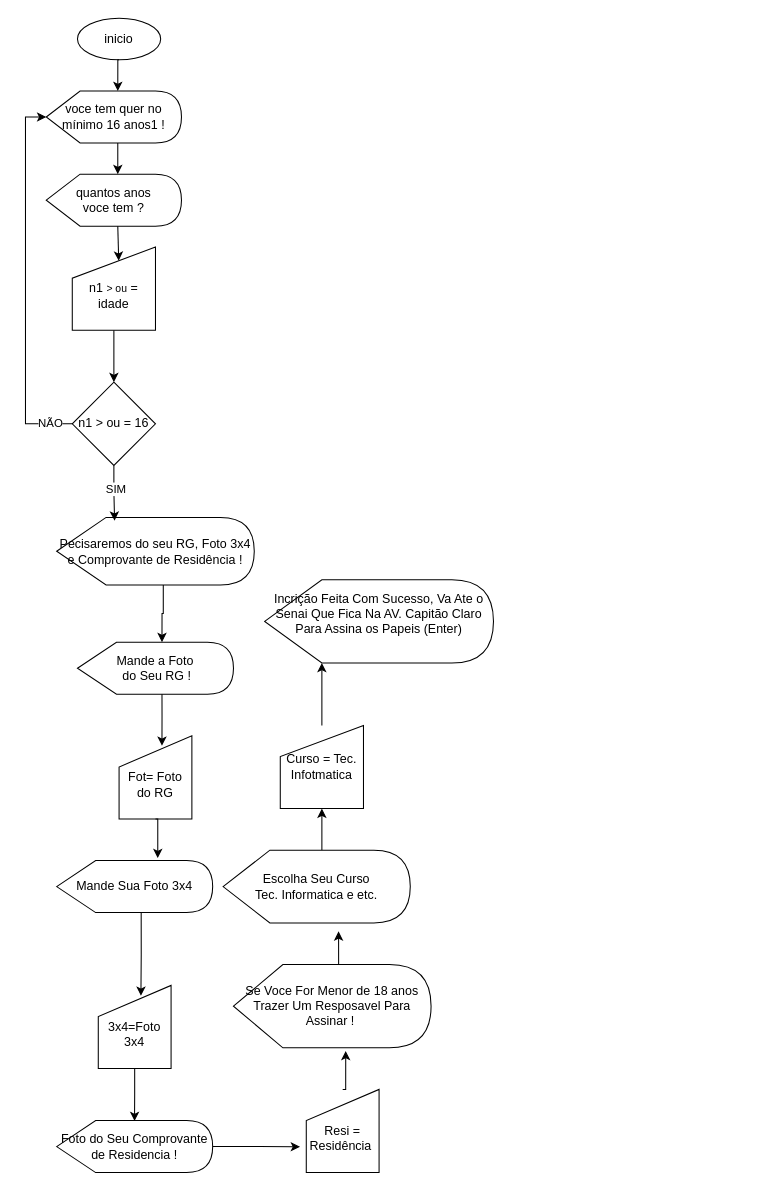
Lucas086Aguiar/fluxograma keeps this draw.io diagram as Prova01.drawio. Above is the earlier version. Source tidied: cells renumbered, new cells numbered last; positions are measured from the earlier drawing's top-left corner, leaving out a move shared by most shapes. Both pictures are drawn from the tidied source at 104%, with x=0, y=0 at pixel (46, 18).
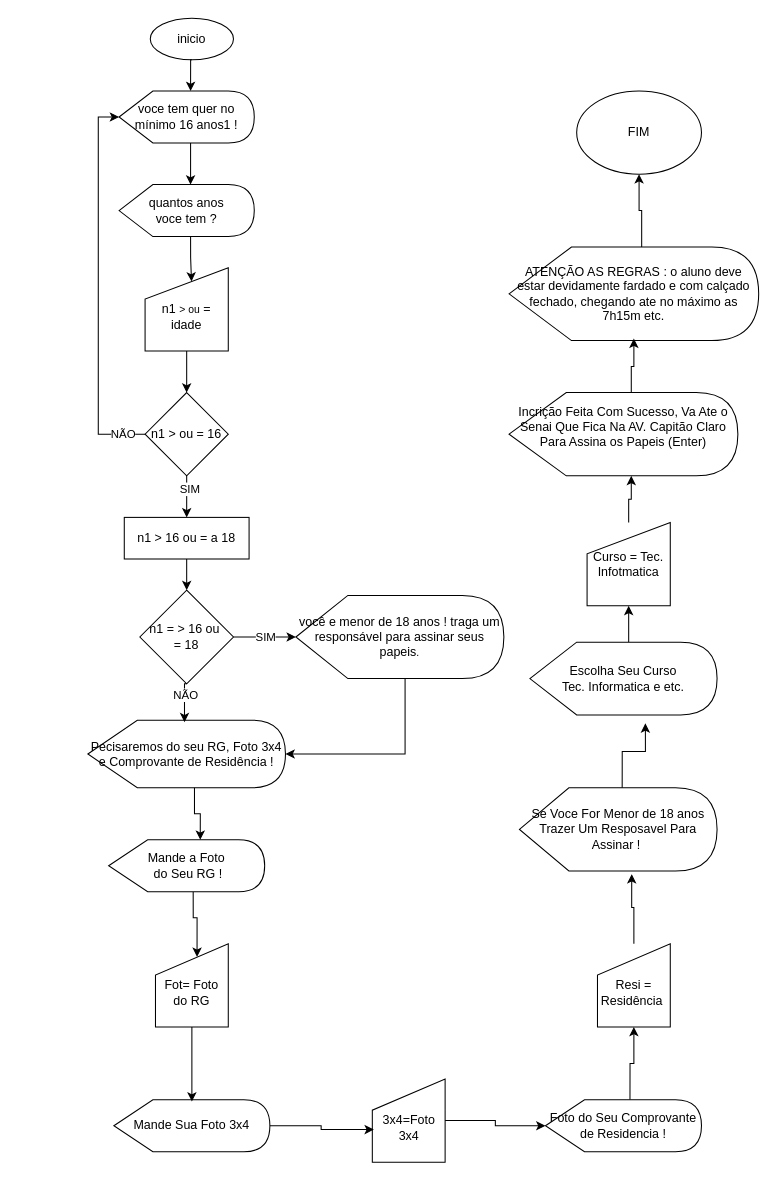
The same page after the edit.

The edit, as a diff of the source:
```diff
@@
     <mxCell id="2" value="inicio" style="ellipse;whiteSpace=wrap;html=1;" parent="1" vertex="1">
-      <mxGeometry x="30" width="80" height="40" as="geometry" />
+      <mxGeometry x="100" width="80" height="40" as="geometry" />
     </mxCell>
     <mxCell id="3" value="voce tem quer no mínimo 16 anos1 !" style="shape=display;whiteSpace=wrap;html=1;" parent="1" vertex="1">
-      <mxGeometry y="70" width="130" height="50" as="geometry" />
+      <mxGeometry x="70" y="70" width="130" height="50" as="geometry" />
     </mxCell>
     <mxCell id="4" value="quantos anos &lt;br&gt;voce tem ?" style="shape=display;whiteSpace=wrap;html=1;" parent="1" vertex="1">
-      <mxGeometry y="150" width="130" height="50" as="geometry" />
+      <mxGeometry x="70" y="160" width="130" height="50" as="geometry" />
     </mxCell>
@@
     <mxCell id="6" value="&lt;br&gt;&lt;font style=&quot;&quot;&gt;n1 &lt;span style=&quot;font-size: 10px;&quot;&gt;&amp;gt; ou&lt;/span&gt;&amp;nbsp;= idade&lt;/font&gt;" style="shape=manualInput;whiteSpace=wrap;html=1;" parent="1" vertex="1">
-      <mxGeometry x="25" y="220" width="80" height="80" as="geometry" />
+      <mxGeometry x="95" y="240" width="80" height="80" as="geometry" />
     </mxCell>
+    <mxCell id="36" style="edgeStyle=orthogonalEdgeStyle;rounded=0;jettySize=auto;html=1;exitX=0.5;exitY=1;exitDx=0;exitDy=0;entryX=0.5;entryY=0;entryDx=0;entryDy=0;" parent="1" edge="1" source="7" target="41">
+      <mxGeometry relative="1" as="geometry" />
+    </mxCell>
+    <mxCell id="37" value="SIM" style="edgeLabel;html=1;align=center;verticalAlign=middle;" parent="36" vertex="1">
+      <mxGeometry x="-0.4" y="2" relative="1" as="geometry" />
+    </mxCell>
     <mxCell id="7" value="n1 &amp;gt; ou = 16&lt;br&gt;" style="rhombus;whiteSpace=wrap;html=1;" parent="1" vertex="1">
-      <mxGeometry x="25" y="350" width="80" height="80" as="geometry" />
+      <mxGeometry x="95" y="360" width="80" height="80" as="geometry" />
     </mxCell>
     <mxCell id="8" value="Pecisaremos do seu RG, Foto 3x4 e Comprovante de Residência !" style="shape=display;whiteSpace=wrap;html=1;" parent="1" vertex="1">
-      <mxGeometry x="10" y="480" width="190" height="65" as="geometry" />
+      <mxGeometry x="40" y="675" width="190" height="65" as="geometry" />
     </mxCell>
-    <mxCell id="9" style="edgeStyle=orthogonalEdgeStyle;rounded=0;jettySize=auto;html=1;exitX=0.5;exitY=1;exitDx=0;exitDy=0;entryX=0.293;entryY=0.049;entryDx=0;entryDy=0;entryPerimeter=0;" parent="1" edge="1" source="7" target="8">
-      <mxGeometry relative="1" as="geometry" />
-    </mxCell>
-    <mxCell id="10" value="SIM" style="edgeLabel;html=1;align=center;verticalAlign=middle;" parent="9" vertex="1">
-      <mxGeometry x="-0.19" y="1" relative="1" as="geometry" />
-    </mxCell>
-    <mxCell id="11" style="edgeStyle=orthogonalEdgeStyle;rounded=0;jettySize=auto;html=1;exitX=0;exitY=0;exitDx=81.25;exitDy=50;exitPerimeter=0;" parent="1" edge="1" source="12">
-      <mxGeometry relative="1" as="geometry">
-        <mxPoint x="91" y="940" as="targetPoint" />
-      </mxGeometry>
-    </mxCell>
     <mxCell id="12" value="Mande Sua Foto 3x4" style="shape=display;whiteSpace=wrap;html=1;" parent="1" vertex="1">
-      <mxGeometry x="10" y="810" width="150" height="50" as="geometry" />
+      <mxGeometry x="65" y="1040" width="150" height="50" as="geometry" />
     </mxCell>
     <mxCell id="13" value="&amp;nbsp;&lt;br&gt;3x4=Foto 3x4" style="shape=manualInput;whiteSpace=wrap;html=1;" parent="1" vertex="1">
-      <mxGeometry x="50" y="930" width="70" height="80" as="geometry" />
+      <mxGeometry x="313.5" y="1020" width="70" height="80" as="geometry" />
     </mxCell>
+    <mxCell id="22" style="edgeStyle=orthogonalEdgeStyle;rounded=0;jettySize=auto;html=1;exitX=0;exitY=0;exitDx=81.25;exitDy=50;exitPerimeter=0;entryX=0.571;entryY=0.158;entryDx=0;entryDy=0;entryPerimeter=0;" parent="1" edge="1" source="14" target="15">
+      <mxGeometry relative="1" as="geometry" />
+    </mxCell>
     <mxCell id="14" value="Mande a Foto&lt;br&gt;&amp;nbsp;do Seu RG !" style="shape=display;whiteSpace=wrap;html=1;" parent="1" vertex="1">
-      <mxGeometry x="30" y="600" width="150" height="50" as="geometry" />
+      <mxGeometry x="60" y="790" width="150" height="50" as="geometry" />
     </mxCell>
     <mxCell id="15" value="&amp;nbsp;&lt;br&gt;Fot= Foto do RG" style="shape=manualInput;whiteSpace=wrap;html=1;" parent="1" vertex="1">
-      <mxGeometry x="70" y="690" width="70" height="80" as="geometry" />
+      <mxGeometry x="105" y="890" width="70" height="80" as="geometry" />
     </mxCell>
+    <mxCell id="24" style="edgeStyle=orthogonalEdgeStyle;rounded=0;jettySize=auto;html=1;exitX=0;exitY=0;exitDx=81.25;exitDy=0;exitPerimeter=0;entryX=0.5;entryY=1;entryDx=0;entryDy=0;" parent="1" edge="1" source="16" target="17">
+      <mxGeometry relative="1" as="geometry" />
+    </mxCell>
     <mxCell id="16" value="Foto do Seu Comprovante&lt;br&gt;de Residencia !&lt;br&gt;" style="shape=display;whiteSpace=wrap;html=1;" parent="1" vertex="1">
-      <mxGeometry x="10" y="1060" width="150" height="50" as="geometry" />
+      <mxGeometry x="480" y="1040" width="150" height="50" as="geometry" />
     </mxCell>
     <mxCell id="17" value="&amp;nbsp;&lt;br&gt;Resi =&lt;br&gt;Residência&amp;nbsp;" style="shape=manualInput;whiteSpace=wrap;html=1;" parent="1" vertex="1">
-      <mxGeometry x="250" y="1030" width="70" height="80" as="geometry" />
+      <mxGeometry x="530" y="890" width="70" height="80" as="geometry" />
     </mxCell>
@@
-    <mxCell id="21" style="edgeStyle=orthogonalEdgeStyle;rounded=0;jettySize=auto;html=1;exitX=0;exitY=0;exitDx=102.5;exitDy=65;exitPerimeter=0;entryX=0;entryY=0;entryDx=81.25;entryDy=0;entryPerimeter=0;" parent="1" edge="1" source="8" target="14">
-      <mxGeometry relative="1" as="geometry" />
-    </mxCell>
-    <mxCell id="22" style="edgeStyle=orthogonalEdgeStyle;rounded=0;jettySize=auto;html=1;exitX=0;exitY=0;exitDx=81.25;exitDy=50;exitPerimeter=0;entryX=0.589;entryY=0.12;entryDx=0;entryDy=0;entryPerimeter=0;" parent="1" edge="1" source="14" target="15">
-      <mxGeometry relative="1" as="geometry" />
-    </mxCell>
-    <mxCell id="23" style="edgeStyle=orthogonalEdgeStyle;rounded=0;jettySize=auto;html=1;exitX=0.5;exitY=1;exitDx=0;exitDy=0;entryX=0.499;entryY=0.008;entryDx=0;entryDy=0;entryPerimeter=0;" parent="1" edge="1" source="13" target="16">
-      <mxGeometry relative="1" as="geometry" />
-    </mxCell>
-    <mxCell id="24" style="edgeStyle=orthogonalEdgeStyle;rounded=0;jettySize=auto;html=1;exitX=1;exitY=0.5;exitDx=0;exitDy=0;exitPerimeter=0;entryX=-0.086;entryY=0.69;entryDx=0;entryDy=0;entryPerimeter=0;" parent="1" edge="1" source="16" target="17">
-      <mxGeometry relative="1" as="geometry" />
-    </mxCell>
     <mxCell id="25" value="Se Voce For Menor de 18 anos Trazer Um Resposavel Para Assinar !&amp;nbsp;" style="shape=display;whiteSpace=wrap;html=1;" parent="1" vertex="1">
-      <mxGeometry x="180" y="910" width="190" height="80" as="geometry" />
+      <mxGeometry x="455" y="740" width="190" height="80" as="geometry" />
     </mxCell>
@@
     <mxCell id="27" value="Escolha Seu Curso &lt;br&gt;Tec. Informatica e etc." style="shape=display;whiteSpace=wrap;html=1;" parent="1" vertex="1">
-      <mxGeometry x="170" y="800" width="180" height="70" as="geometry" />
+      <mxGeometry x="465" y="600" width="180" height="70" as="geometry" />
     </mxCell>
     <mxCell id="28" value="Curso = Tec. Infotmatica" style="shape=manualInput;whiteSpace=wrap;html=1;" parent="1" vertex="1">
-      <mxGeometry x="225" y="680" width="80" height="80" as="geometry" />
+      <mxGeometry x="520" y="485" width="80" height="80" as="geometry" />
     </mxCell>
     <mxCell id="29" value="Incrição Feita Com Sucesso, Va Ate o Senai Que Fica Na AV. Capitão Claro Para Assina os Papeis (Enter)&lt;br&gt;&lt;br&gt;" style="shape=display;whiteSpace=wrap;html=1;" parent="1" vertex="1">
-      <mxGeometry x="210" y="540" width="220" height="80" as="geometry" />
+      <mxGeometry x="445" y="360" width="220" height="80" as="geometry" />
     </mxCell>
-    <mxCell id="30" style="edgeStyle=orthogonalEdgeStyle;rounded=0;jettySize=auto;html=1;exitX=0.5;exitY=0;exitDx=0;exitDy=0;entryX=0;entryY=0;entryDx=55;entryDy=80;entryPerimeter=0;" parent="1" edge="1" source="28" target="29">
-      <mxGeometry relative="1" as="geometry" />
-    </mxCell>
-    <mxCell id="31" style="edgeStyle=orthogonalEdgeStyle;rounded=0;jettySize=auto;html=1;exitX=0.5;exitY=1;exitDx=0;exitDy=0;entryX=0.648;entryY=-0.048;entryDx=0;entryDy=0;entryPerimeter=0;" parent="1" edge="1" source="15" target="12">
-      <mxGeometry relative="1" as="geometry" />
-    </mxCell>
@@
+    <mxCell id="21" style="edgeStyle=orthogonalEdgeStyle;rounded=0;jettySize=auto;html=1;exitX=0;exitY=0;exitDx=102.5;exitDy=65;exitPerimeter=0;entryX=0.587;entryY=0;entryDx=0;entryDy=0;entryPerimeter=0;" parent="1" edge="1" source="8" target="14">
+      <mxGeometry relative="1" as="geometry" />
+    </mxCell>
+    <mxCell id="38" value="n1 = &amp;gt; 16 ou&amp;nbsp;&lt;br&gt;= 18" style="rhombus;whiteSpace=wrap;html=1;" parent="1" vertex="1">
+      <mxGeometry x="90" y="550" width="90" height="90" as="geometry" />
+    </mxCell>
+    <mxCell id="39" value="você e menor de 18 anos ! traga um responsável para assinar seus papeis&lt;span style=&quot;font-size: 10px;&quot;&gt;.&lt;/span&gt;" style="shape=display;whiteSpace=wrap;html=1;" parent="1" vertex="1">
+      <mxGeometry x="240" y="555" width="200" height="80" as="geometry" />
+    </mxCell>
+    <mxCell id="40" style="edgeStyle=orthogonalEdgeStyle;rounded=0;jettySize=auto;html=1;exitX=0.5;exitY=1;exitDx=0;exitDy=0;entryX=0.5;entryY=0;entryDx=0;entryDy=0;" parent="1" edge="1" source="41" target="38">
+      <mxGeometry relative="1" as="geometry" />
+    </mxCell>
+    <mxCell id="41" value="n1 &amp;gt; 16 ou = a 18" style="rounded=0;whiteSpace=wrap;html=1;" parent="1" vertex="1">
+      <mxGeometry x="75" y="480" width="120" height="40" as="geometry" />
+    </mxCell>
+    <mxCell id="42" style="edgeStyle=orthogonalEdgeStyle;rounded=0;jettySize=auto;html=1;exitX=0.5;exitY=1;exitDx=0;exitDy=0;entryX=0.489;entryY=0.03;entryDx=0;entryDy=0;entryPerimeter=0;" parent="1" edge="1" source="38" target="8">
+      <mxGeometry relative="1" as="geometry" />
+    </mxCell>
+    <mxCell id="43" value="NÃO" style="edgeLabel;html=1;align=center;verticalAlign=middle;" parent="42" vertex="1">
+      <mxGeometry x="-0.33" y="1" relative="1" as="geometry" />
+    </mxCell>
+    <mxCell id="44" style="edgeStyle=orthogonalEdgeStyle;rounded=0;jettySize=auto;html=1;exitX=1;exitY=0.5;exitDx=0;exitDy=0;entryX=0;entryY=0.5;entryDx=0;entryDy=0;entryPerimeter=0;" parent="1" edge="1" source="38" target="39">
+      <mxGeometry relative="1" as="geometry" />
+    </mxCell>
+    <mxCell id="45" value="SIM" style="edgeLabel;html=1;align=center;verticalAlign=middle;" parent="44" vertex="1">
+      <mxGeometry y="1" relative="1" as="geometry" />
+    </mxCell>
+    <mxCell id="46" style="edgeStyle=orthogonalEdgeStyle;rounded=0;jettySize=auto;html=1;exitX=0;exitY=0;exitDx=105;exitDy=80;exitPerimeter=0;entryX=1;entryY=0.5;entryDx=0;entryDy=0;entryPerimeter=0;" parent="1" edge="1" source="39" target="8">
+      <mxGeometry relative="1" as="geometry" />
+    </mxCell>
+    <mxCell id="31" style="edgeStyle=orthogonalEdgeStyle;rounded=0;jettySize=auto;html=1;exitX=0.5;exitY=1;exitDx=0;exitDy=0;entryX=0.5;entryY=0.033;entryDx=0;entryDy=0;entryPerimeter=0;" parent="1" edge="1" source="15" target="12">
+      <mxGeometry relative="1" as="geometry" />
+    </mxCell>
+    <mxCell id="47" style="edgeStyle=orthogonalEdgeStyle;rounded=0;jettySize=auto;html=1;exitX=1;exitY=0.5;exitDx=0;exitDy=0;exitPerimeter=0;entryX=0.021;entryY=0.608;entryDx=0;entryDy=0;entryPerimeter=0;" parent="1" edge="1" source="12" target="13">
+      <mxGeometry relative="1" as="geometry" />
+    </mxCell>
+    <mxCell id="23" style="edgeStyle=orthogonalEdgeStyle;rounded=0;jettySize=auto;html=1;exitX=1;exitY=0.5;exitDx=0;exitDy=0;entryX=0;entryY=0.5;entryDx=0;entryDy=0;entryPerimeter=0;" parent="1" edge="1" source="13" target="16">
+      <mxGeometry relative="1" as="geometry" />
+    </mxCell>
+    <mxCell id="30" style="edgeStyle=orthogonalEdgeStyle;rounded=0;jettySize=auto;html=1;exitX=0.5;exitY=0;exitDx=0;exitDy=0;entryX=0;entryY=0;entryDx=117.5;entryDy=80;entryPerimeter=0;" parent="1" edge="1" source="28" target="29">
+      <mxGeometry relative="1" as="geometry" />
+    </mxCell>
+    <mxCell id="48" style="edgeStyle=orthogonalEdgeStyle;rounded=0;jettySize=auto;html=1;exitX=0;exitY=0;exitDx=127.5;exitDy=0;exitPerimeter=0;entryX=0.5;entryY=1;entryDx=0;entryDy=0;" parent="1" edge="1" source="49" target="51">
+      <mxGeometry relative="1" as="geometry" />
+    </mxCell>
+    <mxCell id="49" value="ATENÇÃO AS REGRAS : o aluno deve estar devidamente fardado e com calçado fechado, chegando ate no máximo as 7h15m etc." style="shape=display;whiteSpace=wrap;html=1;" parent="1" vertex="1">
+      <mxGeometry x="445" y="220" width="240" height="90" as="geometry" />
+    </mxCell>
+    <mxCell id="50" style="edgeStyle=orthogonalEdgeStyle;rounded=0;jettySize=auto;html=1;exitX=0;exitY=0;exitDx=117.5;exitDy=0;exitPerimeter=0;entryX=0.5;entryY=0.978;entryDx=0;entryDy=0;entryPerimeter=0;" parent="1" edge="1" source="29" target="49">
+      <mxGeometry relative="1" as="geometry" />
+    </mxCell>
+    <mxCell id="51" value="FIM" style="ellipse;whiteSpace=wrap;html=1;" parent="1" vertex="1">
+      <mxGeometry x="510" y="70" width="120" height="80" as="geometry" />
+    </mxCell>
```
